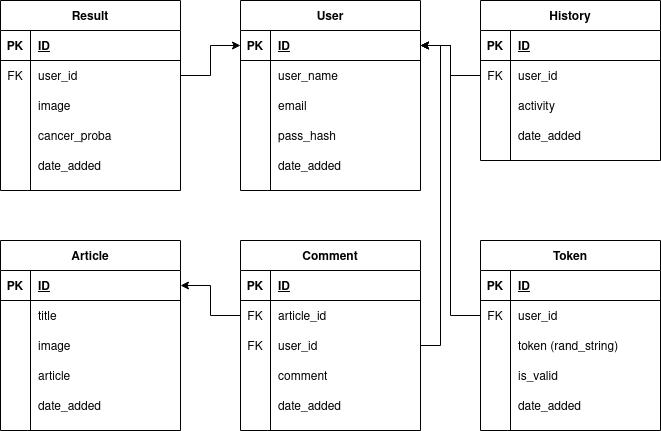
Blue-Birman/Bangkit-Capstone-Project-B21-CAP0005 keeps this draw.io diagram as Project Diagrams/Project Diagrams-Database Schema.png. Above is the earlier version. Source tidied: cells renumbered, new cells last; positions are measured from the earlier drawing's top-left corner, leaving out a move shared by most shapes.
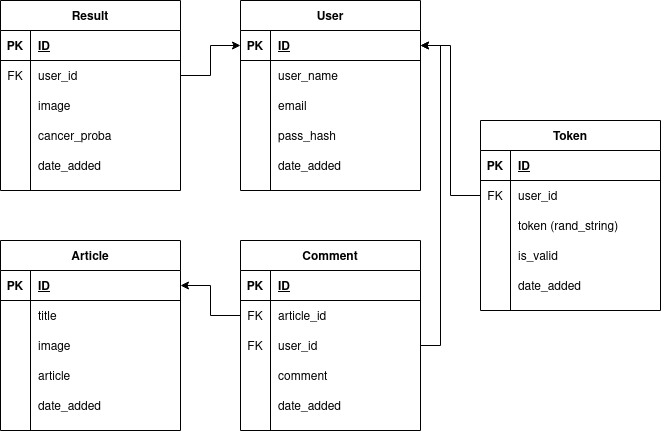
The same file after the commit.

Change to the diagram source:
```diff
@@ -98,45 +98,6 @@
     <mxCell id="33" value="date_added" style="shape=partialRectangle;fillColor=none;top=0;left=0;bottom=0;right=0;align=left;spacingLeft=6;overflow=hidden;" parent="31" vertex="1">
       <mxGeometry x="30" width="150" height="30" as="geometry" />
     </mxCell>
-    <mxCell id="34" value="History" style="shape=table;startSize=30;rowLines=0;fontStyle=1;align=center;" parent="1" vertex="1">
-      <mxGeometry x="480" width="180" height="160" as="geometry" />
-    </mxCell>
-    <mxCell id="35" style="shape=partialRectangle;fillColor=none;top=0;left=0;bottom=1;right=0;" parent="34" vertex="1">
-      <mxGeometry y="30" width="180" height="30" as="geometry" />
-    </mxCell>
-    <mxCell id="36" value="PK" style="shape=partialRectangle;fillColor=none;top=0;left=0;bottom=0;right=0;fontStyle=1;overflow=hidden;" parent="35" vertex="1">
-      <mxGeometry width="30" height="30" as="geometry" />
-    </mxCell>
-    <mxCell id="37" value="ID" style="shape=partialRectangle;fillColor=none;top=0;left=0;bottom=0;right=0;align=left;spacingLeft=6;fontStyle=5;overflow=hidden;" parent="35" vertex="1">
-      <mxGeometry x="30" width="150" height="30" as="geometry" />
-    </mxCell>
-    <mxCell id="38" style="shape=partialRectangle;fillColor=none;top=0;left=0;bottom=0;right=0;points=[[0,0.5],[1,0.5]];portConstraint=eastwest;" parent="34" vertex="1">
-      <mxGeometry y="60" width="180" height="30" as="geometry" />
-    </mxCell>
-    <mxCell id="39" value="FK" style="shape=partialRectangle;fillColor=none;top=0;left=0;bottom=0;right=0;overflow=hidden;" parent="38" vertex="1">
-      <mxGeometry width="30" height="30" as="geometry" />
-    </mxCell>
-    <mxCell id="40" value="user_id" style="shape=partialRectangle;fillColor=none;top=0;left=0;bottom=0;right=0;align=left;spacingLeft=6;overflow=hidden;" parent="38" vertex="1">
-      <mxGeometry x="30" width="150" height="30" as="geometry" />
-    </mxCell>
-    <mxCell id="41" style="shape=partialRectangle;fillColor=none;top=0;left=0;bottom=0;right=0;" parent="34" vertex="1">
-      <mxGeometry y="90" width="180" height="30" as="geometry" />
-    </mxCell>
-    <mxCell id="42" style="shape=partialRectangle;fillColor=none;top=0;left=0;bottom=0;right=0;overflow=hidden;" parent="41" vertex="1">
-      <mxGeometry width="30" height="30" as="geometry" />
-    </mxCell>
-    <mxCell id="43" value="activity" style="shape=partialRectangle;fillColor=none;top=0;left=0;bottom=0;right=0;align=left;spacingLeft=6;overflow=hidden;" parent="41" vertex="1">
-      <mxGeometry x="30" width="150" height="30" as="geometry" />
-    </mxCell>
-    <mxCell id="44" style="shape=partialRectangle;fillColor=none;top=0;left=0;bottom=0;right=0;" parent="34" vertex="1">
-      <mxGeometry y="120" width="180" height="30" as="geometry" />
-    </mxCell>
-    <mxCell id="45" style="shape=partialRectangle;fillColor=none;top=0;left=0;bottom=0;right=0;overflow=hidden;" parent="44" vertex="1">
-      <mxGeometry width="30" height="30" as="geometry" />
-    </mxCell>
-    <mxCell id="46" value="date_added" style="shape=partialRectangle;fillColor=none;top=0;left=0;bottom=0;right=0;align=left;spacingLeft=6;overflow=hidden;" parent="44" vertex="1">
-      <mxGeometry x="30" width="150" height="30" as="geometry" />
-    </mxCell>
     <mxCell id="47" value="Article" style="shape=table;startSize=30;rowLines=0;fontStyle=1;align=center;" parent="1" vertex="1">
       <mxGeometry y="240" width="180" height="190" as="geometry" />
     </mxCell>
@@ -244,14 +205,11 @@
         </Array>
       </mxGeometry>
     </mxCell>
-    <mxCell id="81" style="edgeStyle=orthogonalEdgeStyle;rounded=0;jettySize=auto;html=1;" parent="1" edge="1" source="38" target="3">
-      <mxGeometry relative="1" as="geometry" />
-    </mxCell>
     <mxCell id="82" style="edgeStyle=orthogonalEdgeStyle;rounded=0;jettySize=auto;html=1;" parent="1" edge="1" source="22" target="3">
       <mxGeometry relative="1" as="geometry" />
     </mxCell>
     <mxCell id="83" value="Token" style="shape=table;startSize=30;rowLines=0;fontStyle=1;align=center;" parent="1" vertex="1">
-      <mxGeometry x="480" y="240" width="180" height="190" as="geometry" />
+      <mxGeometry x="480" y="120" width="180" height="190" as="geometry" />
     </mxCell>
     <mxCell id="84" style="shape=partialRectangle;fillColor=none;top=0;left=0;bottom=1;right=0;" parent="83" vertex="1">
       <mxGeometry y="30" width="180" height="30" as="geometry" />
```
